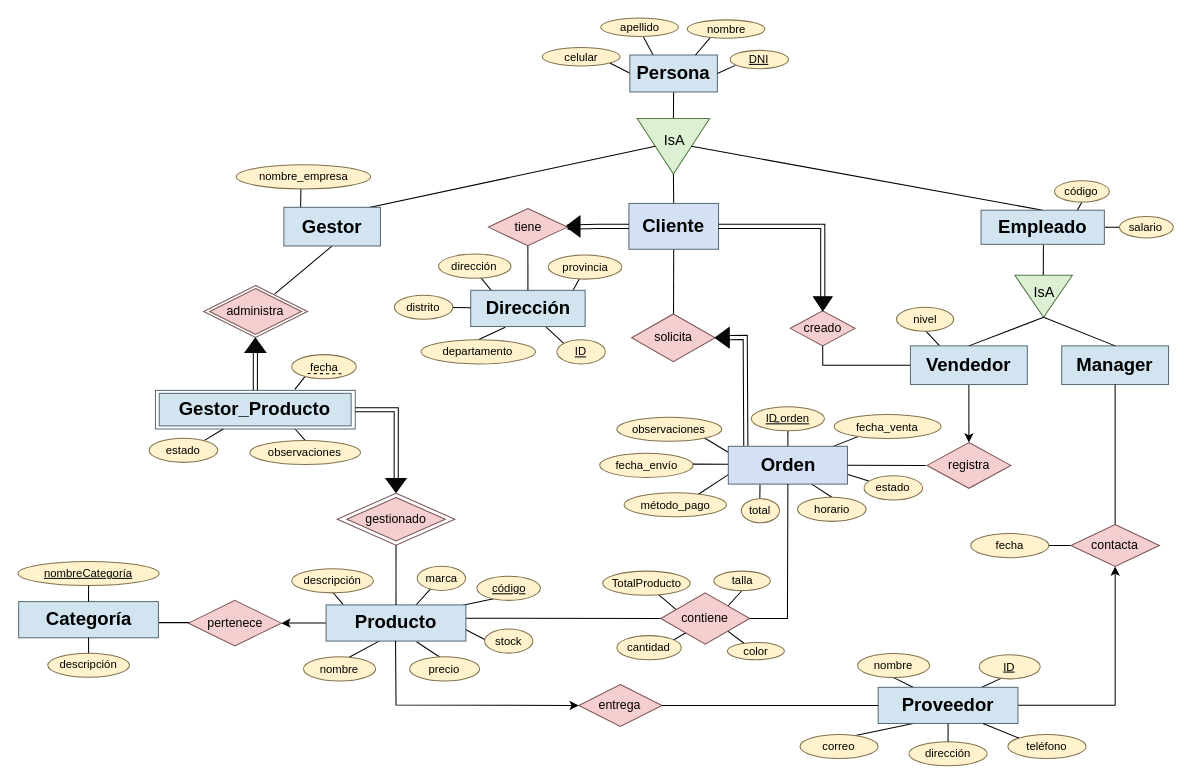
Above: Diagrama sin título.drawio in flaqq0/yoc (draw.io), before the change. Source tidied: cells renumbered, new cells numbered last; positions are measured from the earlier drawing's top-left corner, leaving out a move shared by most shapes. Both pictures are drawn from the tidied source at 103%, with x=0, y=0 at pixel (18, 18).
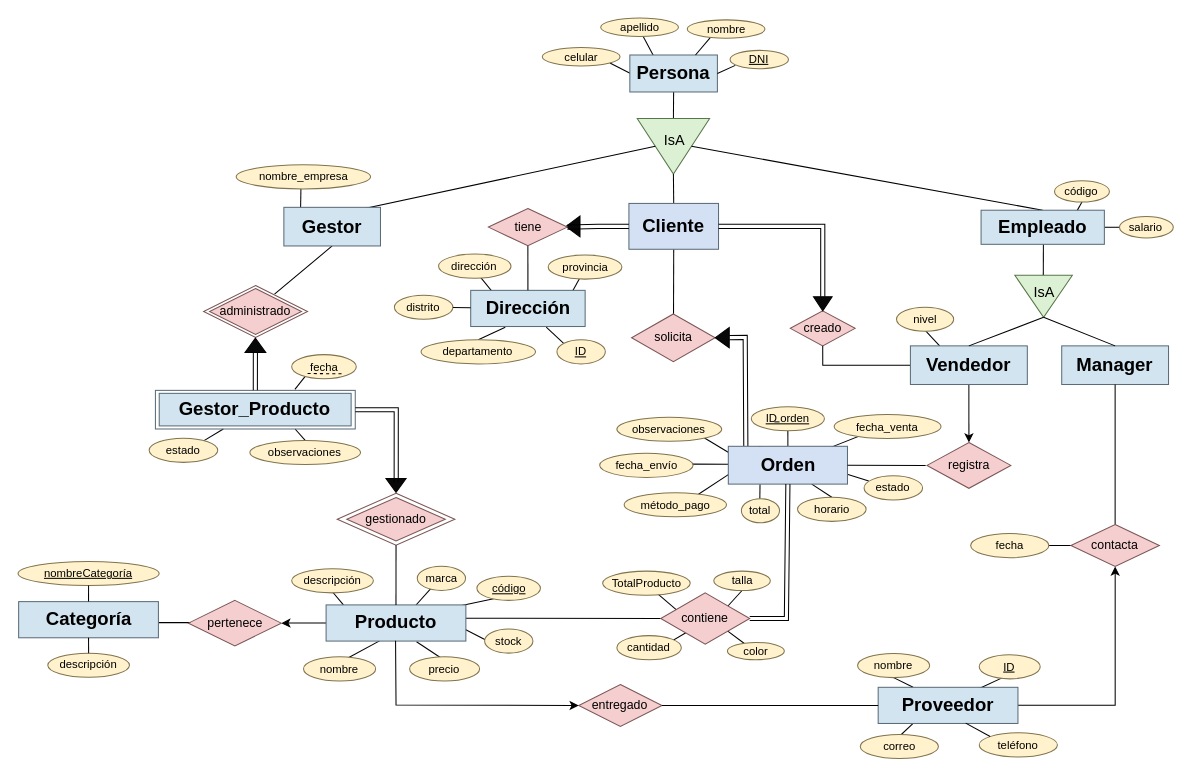
The same page after the edit.

Unchanged cells that the change refers to:
```xml
<mxCell id="56" value="&lt;b style=&quot;font-size: 18px;&quot;&gt;Orden&lt;/b&gt;" style="rounded=0;whiteSpace=wrap;html=1;fillColor=#D4E1F5;strokeColor=#5a6c78;shadow=0;" parent="55" vertex="1">
  <mxGeometry x="3.9" y="2.8" width="115.7" height="36.7" as="geometry" />
</mxCell>
<mxCell id="63" value="contiene" style="rhombus;whiteSpace=wrap;html=1;fillColor=#F5CFCF;strokeColor=#7B5555;" parent="1" vertex="1">
  <mxGeometry x="624" y="558.1" width="86.4" height="49.8" as="geometry" />
</mxCell>
<mxCell id="120" value="&lt;font style=&quot;font-size: 18px;&quot;&gt;&lt;b&gt;Proveedor&lt;/b&gt;&lt;/font&gt;" style="rounded=0;whiteSpace=wrap;html=1;fillColor=#d2e4f0;strokeColor=#5a6c78;shadow=0;" parent="1" vertex="1">
  <mxGeometry x="835.1" y="649.8" width="135.7" height="35.1" as="geometry" />
</mxCell>
```

Change to the diagram source:
```diff
@@
-    <mxCell id="7" style="endArrow=none;html=1;rounded=0;exitX=0.25;exitY=1;exitDx=0;exitDy=0;entryX=0.719;entryY=0.038;entryDx=0;entryDy=0;entryPerimeter=0;" parent="1" edge="1" source="120">
-      <mxGeometry relative="1" as="geometry">
-        <mxPoint x="789.9" y="701.4" as="targetPoint" />
-      </mxGeometry>
+    <mxCell id="7" style="endArrow=none;html=1;rounded=0;exitX=0.25;exitY=1;exitDx=0;exitDy=0;entryX=0.484;entryY=0.129;entryDx=0;entryDy=0;entryPerimeter=0;" parent="1" edge="1" source="120" target="125">
+      <mxGeometry relative="1" as="geometry" />
     </mxCell>
@@
-    <mxCell id="90" style="endArrow=none;html=1;rounded=0;entryX=0.5;entryY=1;entryDx=0;entryDy=0;exitX=1;exitY=0.5;exitDx=0;exitDy=0;" parent="1" edge="1" source="63" target="56">
+    <mxCell id="90" style="endArrow=none;html=1;rounded=0;entryX=0.5;entryY=1;entryDx=0;entryDy=0;exitX=1;exitY=0.5;exitDx=0;exitDy=0;shape=link;" parent="1" edge="1" source="63" target="56">
       <mxGeometry relative="1" as="geometry">
         <Array as="points">
-          <mxPoint x="747" y="583" />
+          <mxPoint x="746" y="583" />
         </Array>
       </mxGeometry>
     </mxCell>
@@
-    <mxCell id="111" value="administra" style="rhombus;whiteSpace=wrap;html=1;fillColor=#F5CFCF;strokeColor=#7B5555;" parent="1" vertex="1">
+    <mxCell id="111" value="administrado" style="rhombus;whiteSpace=wrap;html=1;fillColor=#F5CFCF;strokeColor=#7B5555;" parent="1" vertex="1">
       <mxGeometry x="186" y="262.6" width="89.2" height="44.5" as="geometry" />
     </mxCell>
@@
     <mxCell id="124" value="&lt;font style=&quot;font-size: 11px;&quot;&gt;teléfono&lt;/font&gt;" style="ellipse;whiteSpace=wrap;html=1;fillColor=#FFF2CC;strokeColor=#80734D;" parent="1" vertex="1">
-      <mxGeometry x="961" y="695.5" width="75.9" height="23.4" as="geometry" />
+      <mxGeometry x="933.2" y="694" width="75.9" height="23.4" as="geometry" />
     </mxCell>
     <mxCell id="125" value="&lt;font style=&quot;font-size: 11px;&quot;&gt;correo&lt;/font&gt;" style="ellipse;whiteSpace=wrap;html=1;fillColor=#FFF2CC;strokeColor=#80734D;" parent="1" vertex="1">
-      <mxGeometry x="759.2" y="695.5" width="75.9" height="23.4" as="geometry" />
+      <mxGeometry x="817.7" y="695.5" width="75.9" height="23.4" as="geometry" />
     </mxCell>
-    <mxCell id="126" value="&lt;font style=&quot;font-size: 11px;&quot;&gt;dirección&lt;/font&gt;" style="ellipse;whiteSpace=wrap;html=1;fillColor=#FFF2CC;strokeColor=#80734D;" parent="1" vertex="1">
-      <mxGeometry x="865" y="702.6" width="75.9" height="23.4" as="geometry" />
-    </mxCell>
@@
-    <mxCell id="128" value="&lt;font style=&quot;font-size: 12px;&quot;&gt;entrega&lt;/font&gt;" style="rhombus;whiteSpace=wrap;html=1;fillColor=#F5CFCF;strokeColor=#7B5555;" parent="1" vertex="1">
+    <mxCell id="128" value="&lt;font style=&quot;font-size: 12px;&quot;&gt;entregado&lt;/font&gt;" style="rhombus;whiteSpace=wrap;html=1;fillColor=#F5CFCF;strokeColor=#7B5555;" parent="1" vertex="1">
       <mxGeometry x="544.4" y="647.1" width="80.8" height="40.7" as="geometry" />
     </mxCell>
@@
-    <mxCell id="131" style="endArrow=none;html=1;rounded=0;exitX=0.75;exitY=1;exitDx=0;exitDy=0;entryX=0;entryY=0;entryDx=0;entryDy=0;" parent="1" edge="1" source="120" target="124">
+    <mxCell id="131" style="endArrow=none;html=1;rounded=0;exitX=0.626;exitY=0.991;exitDx=0;exitDy=0;entryX=0;entryY=0;entryDx=0;entryDy=0;exitPerimeter=0;" parent="1" edge="1" source="120" target="124">
       <mxGeometry relative="1" as="geometry" />
     </mxCell>
-    <mxCell id="132" style="endArrow=none;html=1;rounded=0;exitX=0.5;exitY=1;exitDx=0;exitDy=0;entryX=0.5;entryY=0;entryDx=0;entryDy=0;" parent="1" edge="1" source="120" target="126">
-      <mxGeometry relative="1" as="geometry" />
-    </mxCell>
```
